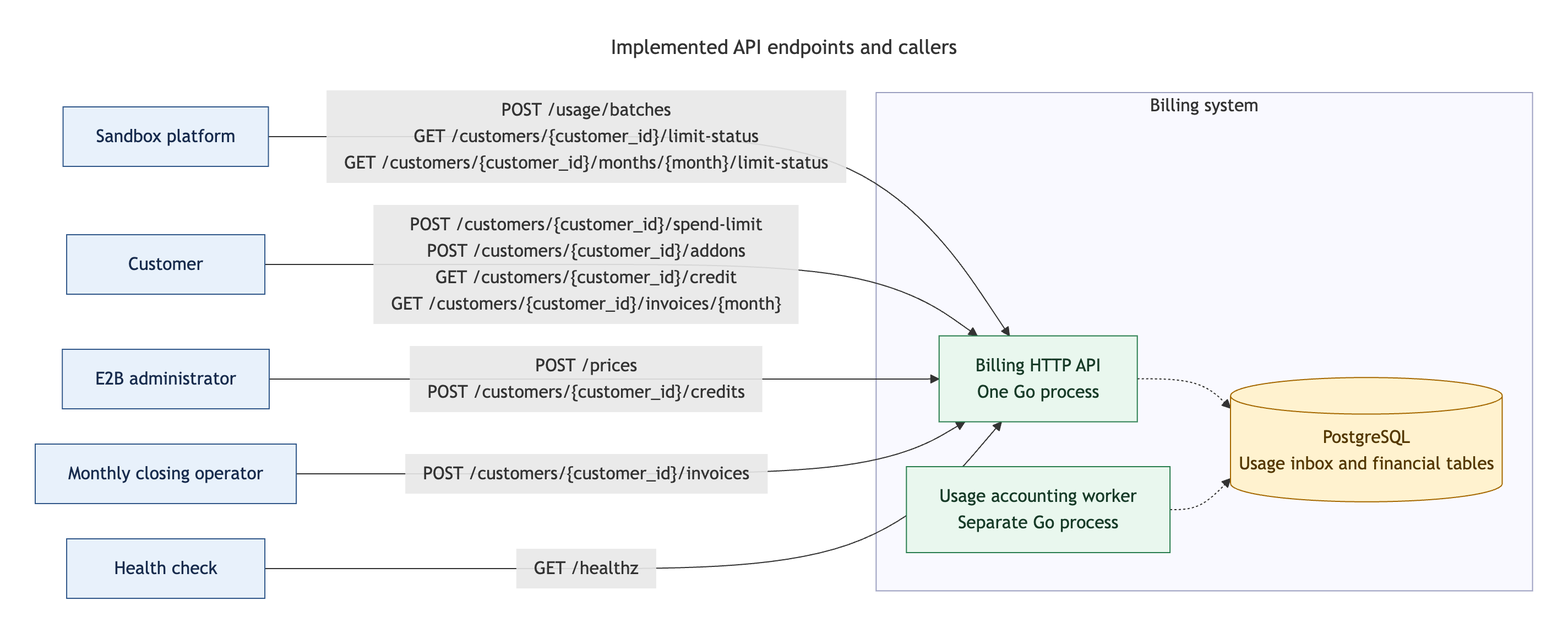
The Mermaid diagram docs/diagrams/api-endpoints/api-endpoints.png in pupitooo/e2b-billing-api, before a commit. Its source is kept beside it as docs/diagrams/api-endpoints/api-endpoints.mmd. The source it was exported from:
```mermaid
---
title: Implemented API endpoints and callers
config:
  flowchart:
    wrappingWidth: 440
    nodeSpacing: 32
    rankSpacing: 55
---
flowchart LR
    platform["Sandbox platform"]
    customer["Customer"]
    admin["E2B administrator"]
    closing["Monthly closing operator"]
    health["Health check"]

    subgraph billing["Billing system"]
        api["Billing HTTP API<br/>One Go process"]
        worker["Usage accounting worker<br/>Separate Go process"]
        db[("PostgreSQL<br/>Usage inbox and financial tables")]
    end

    platform -->|"<span style='display: inline-block; white-space: nowrap; padding: 6px 16px'>POST /usage/batches<br/>GET /customers/{customer_id}/limit-status<br/>GET /customers/{customer_id}/months/{month}/limit-status</span>"| api
    customer -->|"<span style='display: inline-block; white-space: nowrap; padding: 6px 16px'>POST /customers/{customer_id}/spend-limit<br/>POST /customers/{customer_id}/addons<br/>GET /customers/{customer_id}/credit<br/>GET /customers/{customer_id}/invoices/{month}</span>"| api
    admin -->|"<span style='display: inline-block; white-space: nowrap; padding: 6px 16px'>POST /prices<br/>POST /customers/{customer_id}/credits</span>"| api
    closing -->|"<span style='display: inline-block; white-space: nowrap; padding: 6px 16px'>POST /customers/{customer_id}/invoices</span>"| api
    health -->|"<span style='display: inline-block; white-space: nowrap; padding: 6px 16px'>GET /healthz</span>"| api

    api -.-> db
    worker -.-> db

    classDef caller fill:#e8f1fb,stroke:#31588a,color:#172b4d;
    classDef service fill:#e9f7ee,stroke:#287d4e,color:#173b28;
    classDef storage fill:#fff2cf,stroke:#a56800,color:#543800;
    class platform,customer,admin,closing,health caller;
    class api,worker service;
    class db storage;
    style billing fill:#f9f9ff,stroke:#9b9fc0;
```
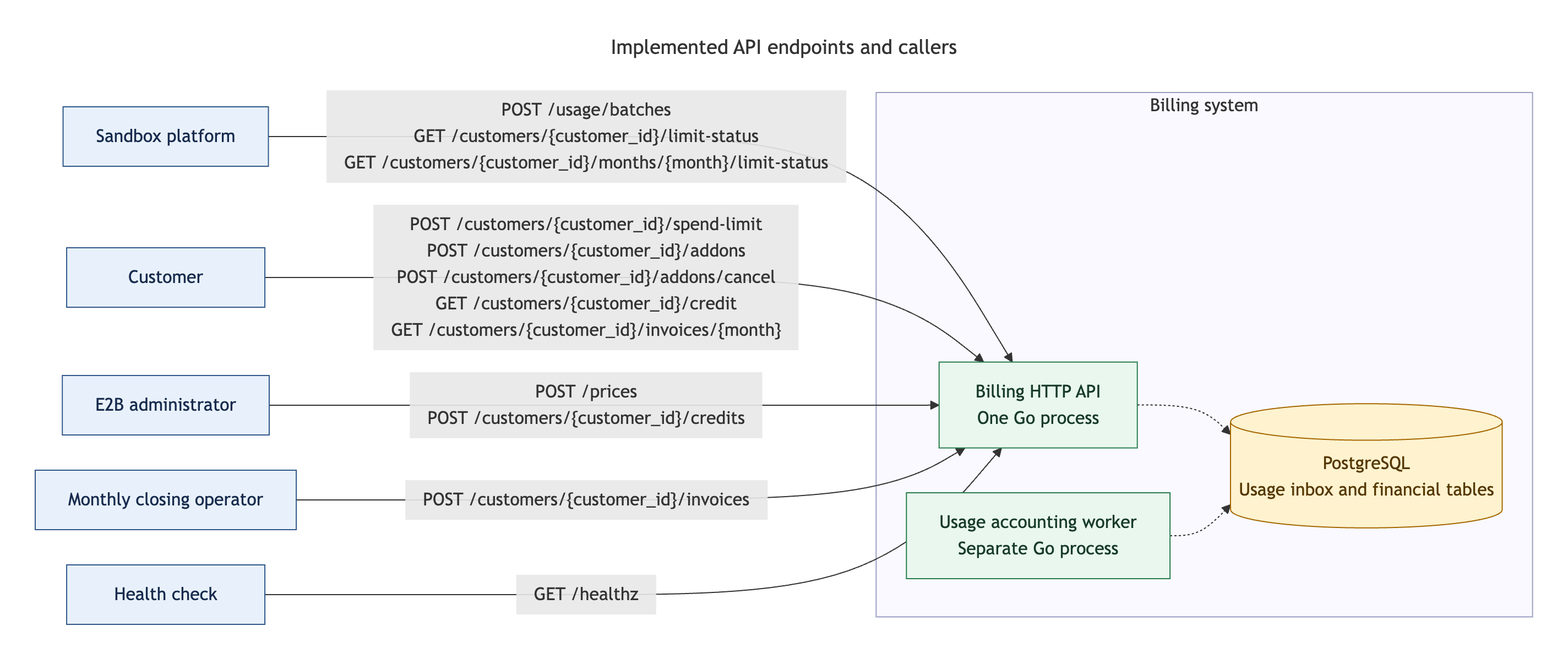
The same diagram one commit later.

Diff of the diagram source:
```diff
@@ -20,7 +20,7 @@
     end
 
     platform -->|"<span style='display: inline-block; white-space: nowrap; padding: 6px 16px'>POST /usage/batches<br/>GET /customers/{customer_id}/limit-status<br/>GET /customers/{customer_id}/months/{month}/limit-status</span>"| api
-    customer -->|"<span style='display: inline-block; white-space: nowrap; padding: 6px 16px'>POST /customers/{customer_id}/spend-limit<br/>POST /customers/{customer_id}/addons<br/>GET /customers/{customer_id}/credit<br/>GET /customers/{customer_id}/invoices/{month}</span>"| api
+    customer -->|"<span style='display: inline-block; white-space: nowrap; padding: 6px 16px'>POST /customers/{customer_id}/spend-limit<br/>POST /customers/{customer_id}/addons<br/>POST /customers/{customer_id}/addons/cancel<br/>GET /customers/{customer_id}/credit<br/>GET /customers/{customer_id}/invoices/{month}</span>"| api
     admin -->|"<span style='display: inline-block; white-space: nowrap; padding: 6px 16px'>POST /prices<br/>POST /customers/{customer_id}/credits</span>"| api
     closing -->|"<span style='display: inline-block; white-space: nowrap; padding: 6px 16px'>POST /customers/{customer_id}/invoices</span>"| api
     health -->|"<span style='display: inline-block; white-space: nowrap; padding: 6px 16px'>GET /healthz</span>"| api
```
